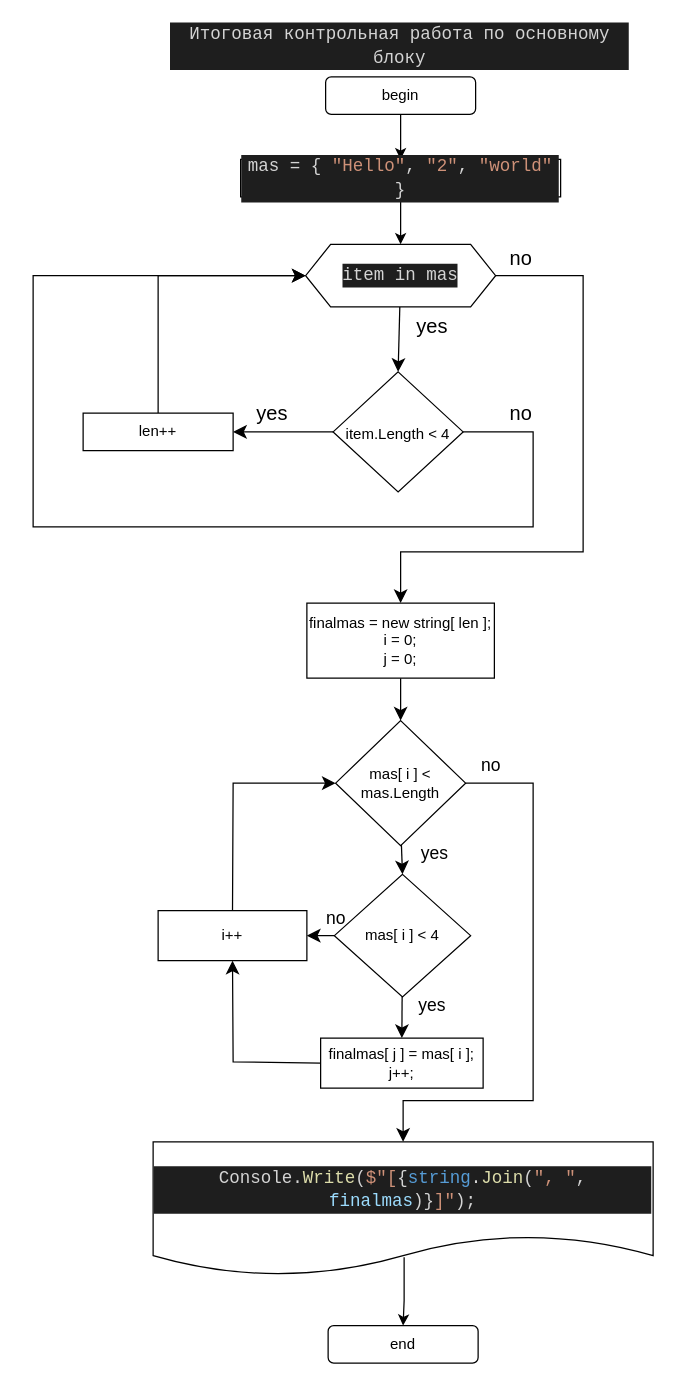
Above: page "Страница — 1" (1 of 2) of schema/finaltest_schema.drawio in yadimaz/gb_finaltest_mainblock (draw.io), before the change. Source tidied: cells renumbered, new cells numbered last; positions are measured from the earlier drawing's top-left corner, leaving out a move shared by most shapes. Both pictures are drawn from the tidied source at 125%, with x=0, y=0 at pixel (32, 26).
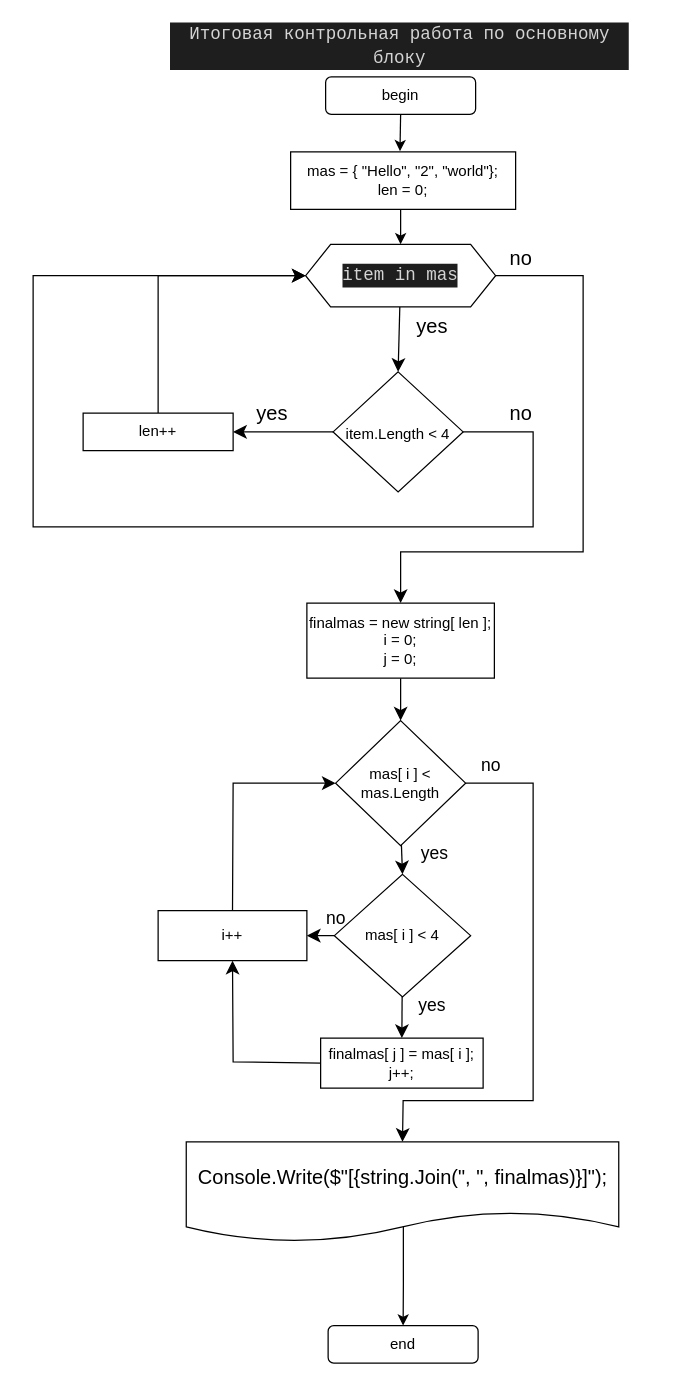
The same page after the edit.

Commit message (it also covers changes not shown here):
Comments added. Schema edits.

The change refers to these unchanged cells:
```xml
<mxCell id="4" value="begin" style="rounded=1;whiteSpace=wrap;html=1;" parent="1" vertex="1">
  <mxGeometry x="234" y="40" width="120" height="30" as="geometry" />
</mxCell>
<mxCell id="5" value="end" style="rounded=1;whiteSpace=wrap;html=1;" parent="1" vertex="1">
  <mxGeometry x="236" y="1039" width="120" height="30" as="geometry" />
</mxCell>
<mxCell id="12" value="&lt;div style=&quot;color: rgb(212, 212, 212); background-color: rgb(30, 30, 30); font-family: Consolas, &amp;quot;Courier New&amp;quot;, monospace; font-size: 14px; line-height: 19px;&quot;&gt;item in mas&lt;/div&gt;" style="shape=hexagon;perimeter=hexagonPerimeter2;whiteSpace=wrap;html=1;fixedSize=1;fontSize=16;" parent="1" vertex="1">
  <mxGeometry x="218" y="174" width="152" height="50" as="geometry" />
</mxCell>
<mxCell id="29" value="mas[ i ] &amp;lt; mas.Length" style="rhombus;whiteSpace=wrap;html=1;rounded=0;" parent="1" vertex="1">
  <mxGeometry x="242" y="555" width="104" height="100" as="geometry" />
</mxCell>
```

What changed in the source:
```diff
@@
-    <mxCell id="3" style="edgeStyle=orthogonalEdgeStyle;rounded=0;jettySize=auto;html=1;exitX=0.5;exitY=1;exitDx=0;exitDy=0;entryX=0.5;entryY=0;entryDx=0;entryDy=0;" parent="1" edge="1" source="4" target="9">
+    <mxCell id="3" style="edgeStyle=orthogonalEdgeStyle;rounded=0;jettySize=auto;html=1;exitX=0.5;exitY=1;exitDx=0;exitDy=0;entryX=0.486;entryY=-0.012;entryDx=0;entryDy=0;entryPerimeter=0;" parent="1" edge="1" source="4" target="38">
       <mxGeometry relative="1" as="geometry" />
     </mxCell>
@@
-    <mxCell id="6" style="edgeStyle=orthogonalEdgeStyle;rounded=0;jettySize=auto;html=1;entryX=0.5;entryY=0;entryDx=0;entryDy=0;exitX=0.502;exitY=0.863;exitDx=0;exitDy=0;exitPerimeter=0;" parent="1" edge="1" source="7" target="5">
+    <mxCell id="6" style="edgeStyle=orthogonalEdgeStyle;rounded=0;jettySize=auto;html=1;entryX=0.5;entryY=0;entryDx=0;entryDy=0;exitX=0.502;exitY=0.833;exitDx=0;exitDy=0;exitPerimeter=0;" parent="1" edge="1" source="39" target="5">
       <mxGeometry relative="1" as="geometry" />
     </mxCell>
-    <mxCell id="7" value="&lt;div style=&quot;color: rgb(212, 212, 212); background-color: rgb(30, 30, 30); font-family: Consolas, &amp;quot;Courier New&amp;quot;, monospace; font-size: 14px; line-height: 19px;&quot;&gt;Console.&lt;span style=&quot;color: #dcdcaa;&quot;&gt;Write&lt;/span&gt;(&lt;span style=&quot;color: #ce9178;&quot;&gt;$&quot;&lt;/span&gt;&lt;span style=&quot;color: #ce9178;&quot;&gt;[&lt;/span&gt;{&lt;span style=&quot;color: #569cd6;&quot;&gt;string&lt;/span&gt;.&lt;span style=&quot;color: #dcdcaa;&quot;&gt;Join&lt;/span&gt;(&lt;span style=&quot;color: #ce9178;&quot;&gt;&quot;, &quot;&lt;/span&gt;,&lt;span style=&quot;color: #ce9178;&quot;&gt; &lt;/span&gt;&lt;span style=&quot;color: #9cdcfe;&quot;&gt;finalmas&lt;/span&gt;)}&lt;span style=&quot;color: #ce9178;&quot;&gt;]&lt;/span&gt;&lt;span style=&quot;color: #ce9178;&quot;&gt;&quot;&lt;/span&gt;);&lt;/div&gt;" style="shape=document;whiteSpace=wrap;html=1;boundedLbl=1;" parent="1" vertex="1">
-      <mxGeometry x="96" y="892" width="400" height="107" as="geometry" />
-    </mxCell>
-    <mxCell id="8" style="edgeStyle=orthogonalEdgeStyle;rounded=0;jettySize=auto;html=1;exitX=0.5;exitY=1;exitDx=0;exitDy=0;entryX=0.5;entryY=0;entryDx=0;entryDy=0;" parent="1" edge="1" source="9" target="12">
+    <mxCell id="8" style="edgeStyle=orthogonalEdgeStyle;rounded=0;jettySize=auto;html=1;exitX=0.489;exitY=0.986;exitDx=0;exitDy=0;entryX=0.5;entryY=0;entryDx=0;entryDy=0;exitPerimeter=0;" parent="1" edge="1" source="38" target="12">
       <mxGeometry relative="1" as="geometry" />
     </mxCell>
-    <mxCell id="9" value="&lt;div style=&quot;color: rgb(212, 212, 212); background-color: rgb(30, 30, 30); font-family: Consolas, &amp;quot;Courier New&amp;quot;, monospace; font-size: 14px; line-height: 19px;&quot;&gt;mas = { &lt;span style=&quot;color: #ce9178;&quot;&gt;&quot;Hello&quot;&lt;/span&gt;, &lt;span style=&quot;color: #ce9178;&quot;&gt;&quot;2&quot;&lt;/span&gt;, &lt;span style=&quot;color: #ce9178;&quot;&gt;&quot;world&quot;&lt;/span&gt; }&lt;/div&gt;" style="rounded=0;whiteSpace=wrap;html=1;" parent="1" vertex="1">
-      <mxGeometry x="166" y="106" width="256" height="30" as="geometry" />
-    </mxCell>
@@
-    <mxCell id="28" style="edgeStyle=none;curved=0;rounded=0;jettySize=auto;html=1;exitX=1;exitY=0.5;exitDx=0;exitDy=0;fontSize=12;startSize=8;endSize=8;entryX=0.5;entryY=0;entryDx=0;entryDy=0;" parent="1" edge="1" source="29" target="7">
+    <mxCell id="28" style="edgeStyle=none;curved=0;rounded=0;jettySize=auto;html=1;exitX=1;exitY=0.5;exitDx=0;exitDy=0;fontSize=12;startSize=8;endSize=8;entryX=0.5;entryY=0;entryDx=0;entryDy=0;" parent="1" edge="1" source="29" target="39">
       <mxGeometry relative="1" as="geometry">
         <Array as="points">
           <mxPoint x="400" y="605" />
           <mxPoint x="400" y="859" />
           <mxPoint x="296" y="859" />
         </Array>
       </mxGeometry>
     </mxCell>
@@
+    <mxCell id="38" value="mas = { &quot;Hello&quot;, &quot;2&quot;, &quot;world&quot;};&lt;br&gt;len = 0;" style="rounded=0;whiteSpace=wrap;html=1;" parent="1" vertex="1">
+      <mxGeometry x="206" y="100" width="180" height="46" as="geometry" />
+    </mxCell>
+    <mxCell id="39" value="Console.Write($&quot;[{string.Join(&quot;, &quot;, finalmas)}]&quot;);" style="shape=document;whiteSpace=wrap;html=1;boundedLbl=1;fontSize=16;" parent="1" vertex="1">
+      <mxGeometry x="122.5" y="892" width="346" height="80" as="geometry" />
+    </mxCell>
```
